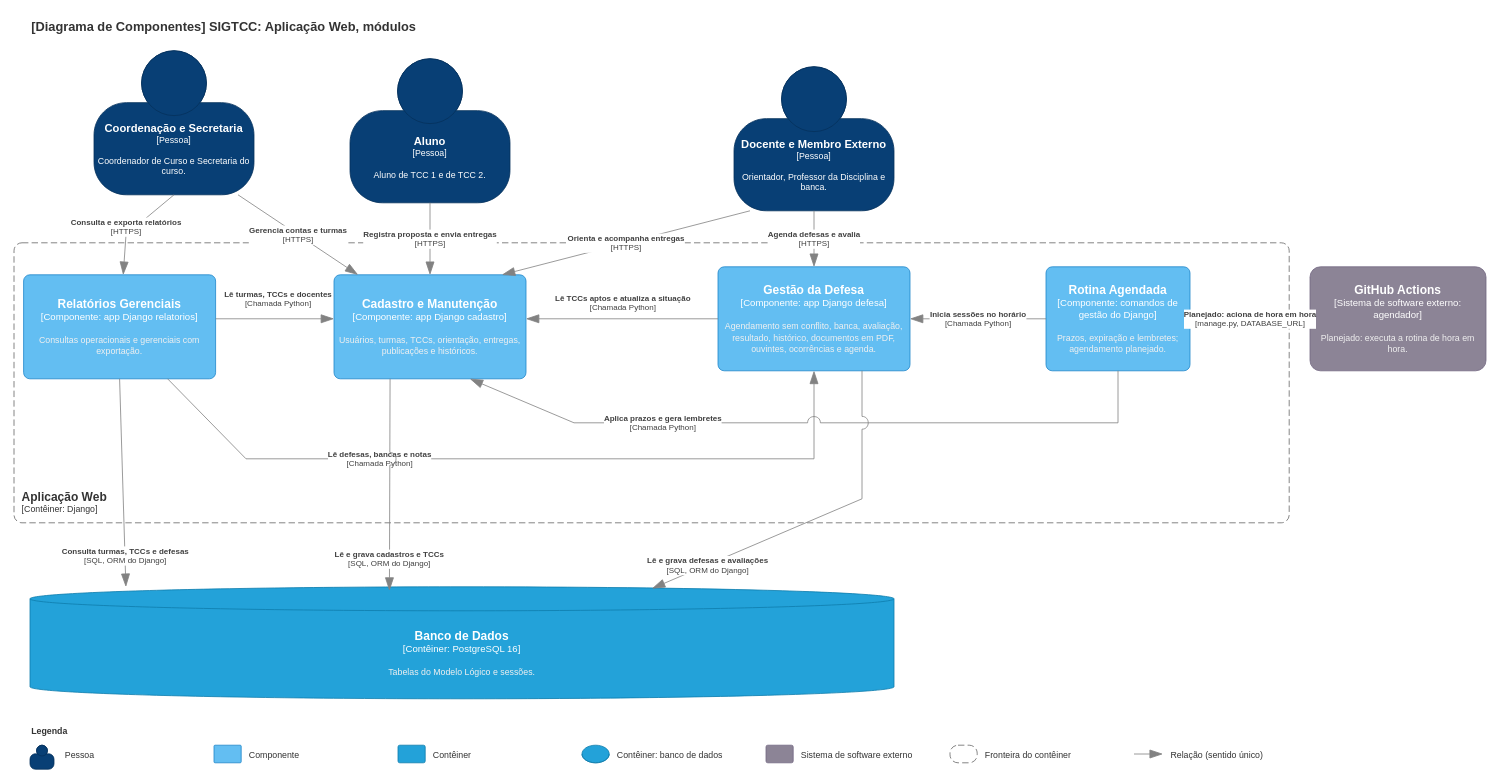
celiobenj/SIGTCC keeps this draw.io diagram as page "Componentes: módulos" (1 of 2) of docs/arquitetura/Componentes_SIGTCC.drawio. Above is the earlier version. Source tidied: cells renumbered, new cells numbered last; positions are measured from the earlier drawing's top-left corner, leaving out a move shared by most shapes. Both pictures are drawn from the tidied source at 80%, with x=0, y=0 at pixel (14, 14).
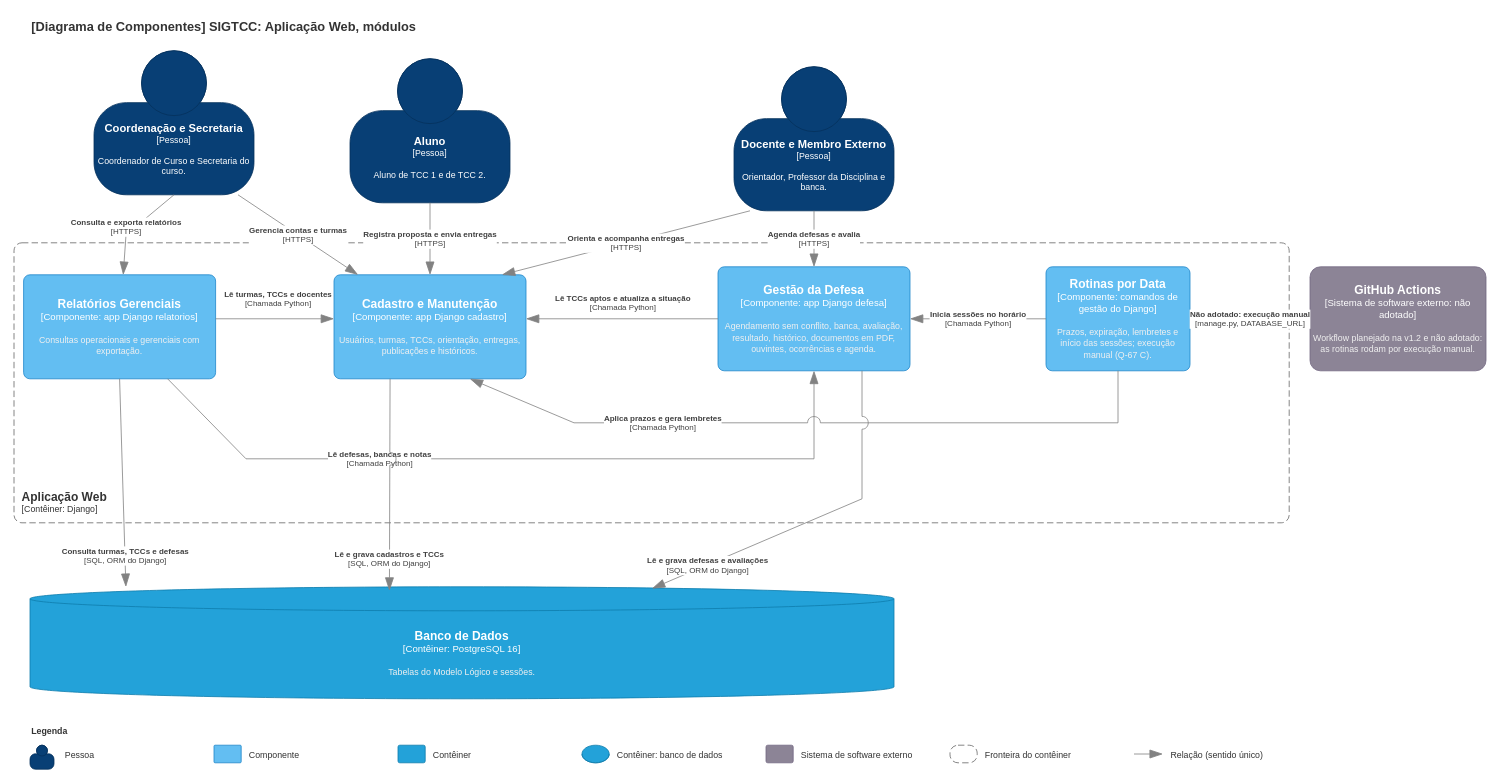
After the change.

The edit, as a diff of the source:
```diff
@@
-    <mxCell id="10" value="&lt;font style=&quot;font-size:15px&quot;&gt;&lt;b&gt;Rotina Agendada&lt;/b&gt;&lt;/font&gt;&lt;div&gt;[Componente: comandos de gestão do Django]&lt;/div&gt;&lt;br&gt;&lt;div&gt;&lt;font style=&quot;font-size:11px&quot; color=&quot;#F0F0F0&quot;&gt;Prazos, expiração e lembretes; agendamento planejado.&lt;/font&gt;&lt;/div&gt;" style="rounded=1;whiteSpace=wrap;html=1;labelBackgroundColor=none;fillColor=#63BEF2;fontColor=#ffffff;align=center;arcSize=6;strokeColor=#2086C9;" parent="1" vertex="1">
+    <mxCell id="10" value="&lt;font style=&quot;font-size:15px&quot;&gt;&lt;b&gt;Rotinas por Data&lt;/b&gt;&lt;/font&gt;&lt;div&gt;[Componente: comandos de gestão do Django]&lt;/div&gt;&lt;br&gt;&lt;div&gt;&lt;font style=&quot;font-size:11px&quot; color=&quot;#F0F0F0&quot;&gt;Prazos, expiração, lembretes e início das sessões; execução manual (Q-67 C).&lt;/font&gt;&lt;/div&gt;" style="rounded=1;whiteSpace=wrap;html=1;labelBackgroundColor=none;fillColor=#63BEF2;fontColor=#ffffff;align=center;arcSize=6;strokeColor=#2086C9;" parent="1" vertex="1">
       <mxGeometry x="1290" y="316" width="180" height="130" as="geometry" />
     </mxCell>
-    <mxCell id="11" value="&lt;font style=&quot;font-size:15px&quot;&gt;&lt;b&gt;GitHub Actions&lt;/b&gt;&lt;/font&gt;&lt;div&gt;[Sistema de software externo: agendador]&lt;/div&gt;&lt;br&gt;&lt;div&gt;&lt;font style=&quot;font-size:11px&quot; color=&quot;#F0F0F0&quot;&gt;Planejado: executa a rotina de hora em hora.&lt;/font&gt;&lt;/div&gt;" style="rounded=1;whiteSpace=wrap;html=1;labelBackgroundColor=none;fillColor=#8C8496;fontColor=#ffffff;align=center;arcSize=10;strokeColor=#736782;" parent="1" vertex="1">
+    <mxCell id="11" value="&lt;font style=&quot;font-size:15px&quot;&gt;&lt;b&gt;GitHub Actions&lt;/b&gt;&lt;/font&gt;&lt;div&gt;[Sistema de software externo: não adotado]&lt;/div&gt;&lt;br&gt;&lt;div&gt;&lt;font style=&quot;font-size:11px&quot; color=&quot;#F0F0F0&quot;&gt;Workflow planejado na v1.2 e não adotado: as rotinas rodam por execução manual.&lt;/font&gt;&lt;/div&gt;" style="rounded=1;whiteSpace=wrap;html=1;labelBackgroundColor=none;fillColor=#8C8496;fontColor=#ffffff;align=center;arcSize=10;strokeColor=#736782;" parent="1" vertex="1">
       <mxGeometry x="1620" y="316" width="220" height="130" as="geometry" />
     </mxCell>
@@
-    <mxCell id="21" value="&lt;div style=&quot;text-align:center&quot;&gt;&lt;b&gt;Planejado: aciona de hora em hora&lt;/b&gt;&lt;/div&gt;&lt;div style=&quot;text-align:center&quot;&gt;[manage.py, DATABASE_URL]&lt;/div&gt;" style="endArrow=blockThin;html=1;fontSize=10;fontColor=#404040;strokeWidth=1;endFill=1;strokeColor=#828282;endSize=14;startSize=14;jumpStyle=arc;jumpSize=16;rounded=0;labelBackgroundColor=#FFFFFF;exitX=0.000;exitY=0.500;exitDx=0;exitDy=0;entryX=1.000;entryY=0.500;entryDx=0;entryDy=0;" parent="1" edge="1" source="11" target="10">
+    <mxCell id="21" value="&lt;div style=&quot;text-align:center&quot;&gt;&lt;b&gt;Não adotado: execução manual&lt;/b&gt;&lt;/div&gt;&lt;div style=&quot;text-align:center&quot;&gt;[manage.py, DATABASE_URL]&lt;/div&gt;" style="endArrow=blockThin;html=1;fontSize=10;fontColor=#404040;strokeWidth=1;endFill=1;strokeColor=#828282;endSize=14;startSize=14;jumpStyle=arc;jumpSize=16;rounded=0;labelBackgroundColor=#FFFFFF;exitX=0.000;exitY=0.500;exitDx=0;exitDy=0;entryX=1.000;entryY=0.500;entryDx=0;entryDy=0;" parent="1" edge="1" source="11" target="10">
       <mxGeometry relative="1" as="geometry" />
     </mxCell>
```
